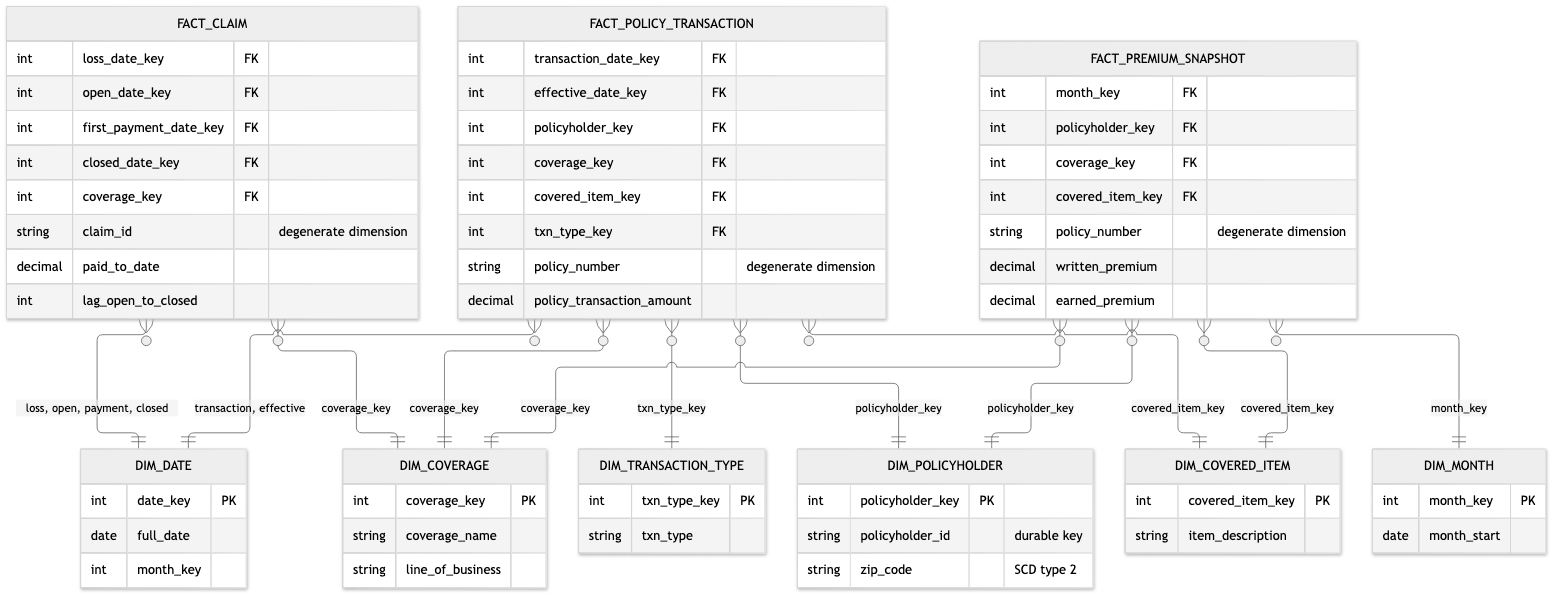
The Mermaid diagram public/assets/data-warehouse-toolkit/ch16-insurance-star.png in surfalytics/dataengineer_ru, before a commit. Its source is kept beside it as scripts/kimball-diagrams/src/ch16-insurance-star.mmd.
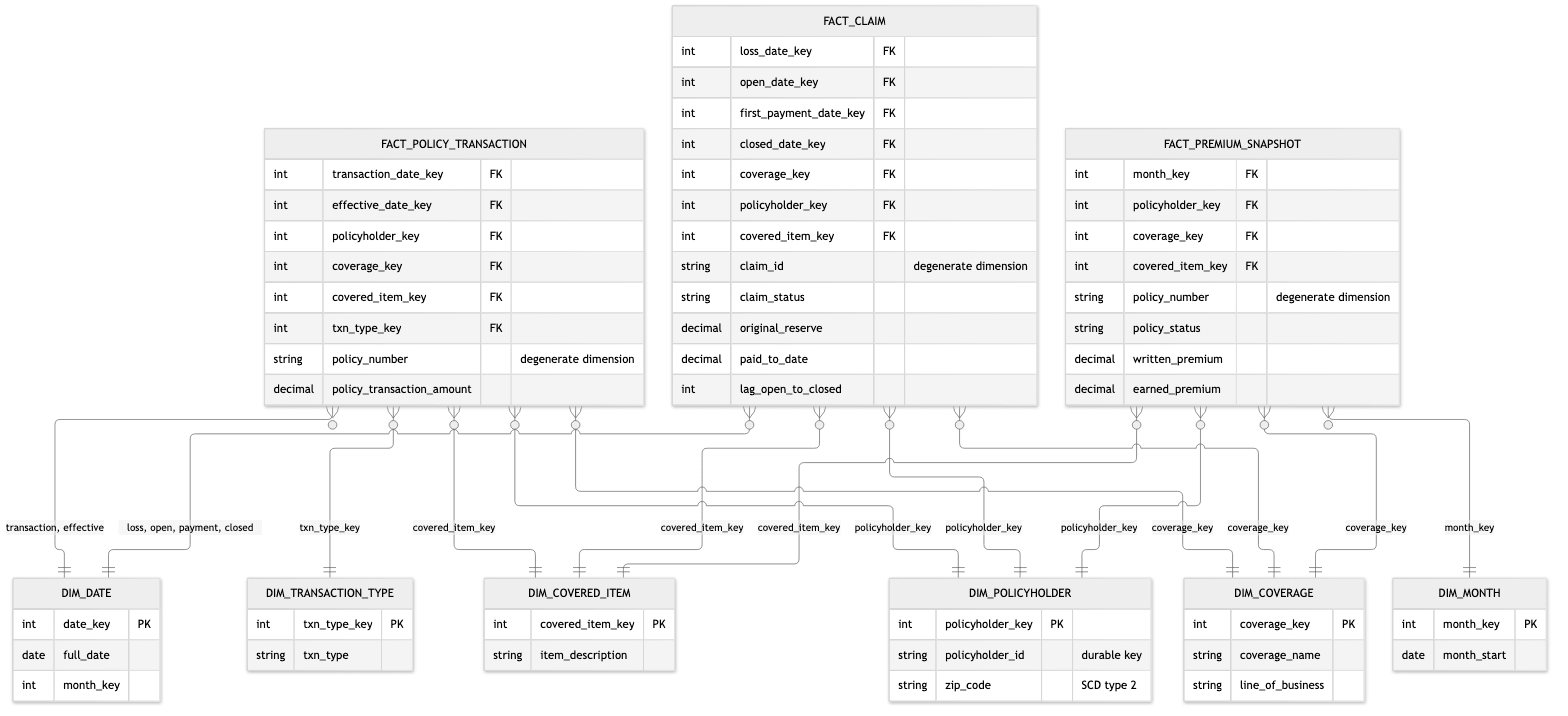
Above is the later version.

What changed in the source:
```diff
@@ -9,6 +9,8 @@
   FACT_PREMIUM_SNAPSHOT }o--|| DIM_COVERED_ITEM : "covered_item_key"
   FACT_PREMIUM_SNAPSHOT }o--|| DIM_MONTH : "month_key"
   FACT_CLAIM }o--|| DIM_COVERAGE : "coverage_key"
+  FACT_CLAIM }o--|| DIM_POLICYHOLDER : "policyholder_key"
+  FACT_CLAIM }o--|| DIM_COVERED_ITEM : "covered_item_key"
   FACT_CLAIM }o--|| DIM_DATE : "loss, open, payment, closed"
   FACT_POLICY_TRANSACTION {
     int transaction_date_key FK
@@ -26,6 +28,7 @@
     int coverage_key FK
     int covered_item_key FK
     string policy_number "degenerate dimension"
+    string policy_status
     decimal written_premium
     decimal earned_premium
   }
@@ -35,7 +38,11 @@
     int first_payment_date_key FK
     int closed_date_key FK
     int coverage_key FK
+    int policyholder_key FK
+    int covered_item_key FK
     string claim_id "degenerate dimension"
+    string claim_status
+    decimal original_reserve
     decimal paid_to_date
     int lag_open_to_closed
   }
```
